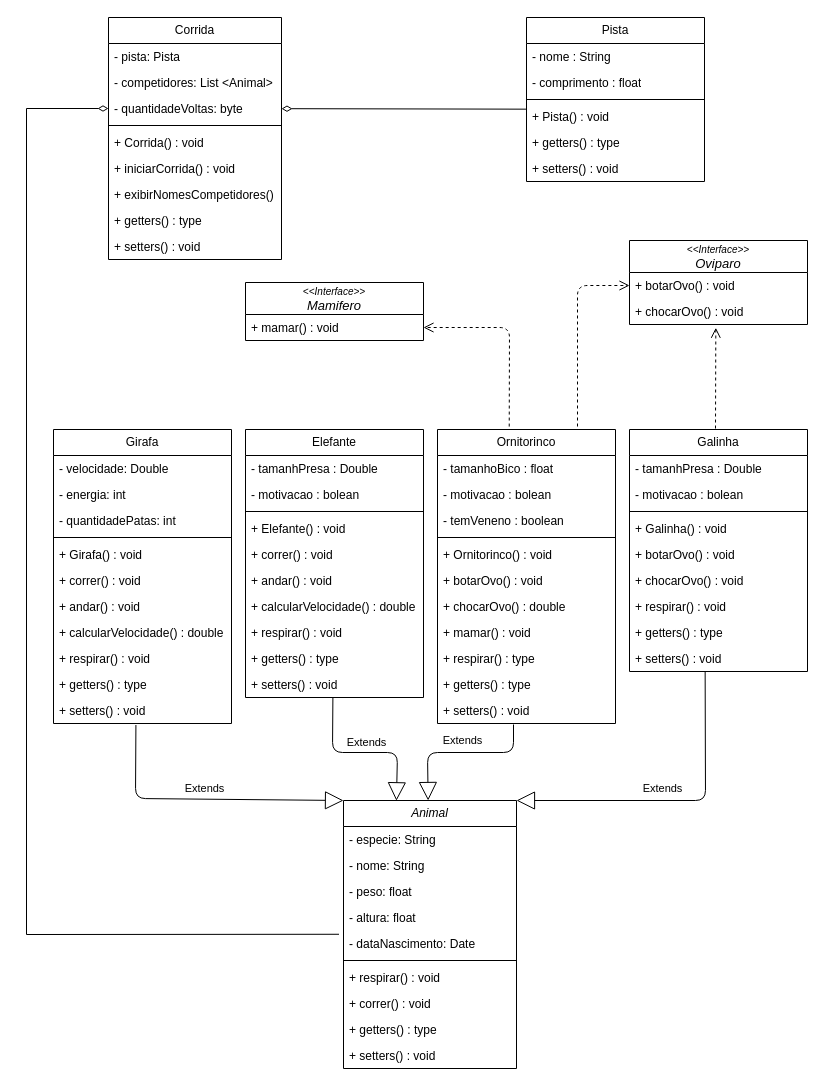
Above: Modulo-05/Diagram01.drawio in regis-amaral/Devs2Blu (draw.io), before the change. Source tidied: cells renumbered, new cells numbered last; positions are measured from the earlier drawing's top-left corner, leaving out a move shared by most shapes. Both pictures are drawn from the tidied source at 100%, with x=0, y=0 at pixel (26, 17).
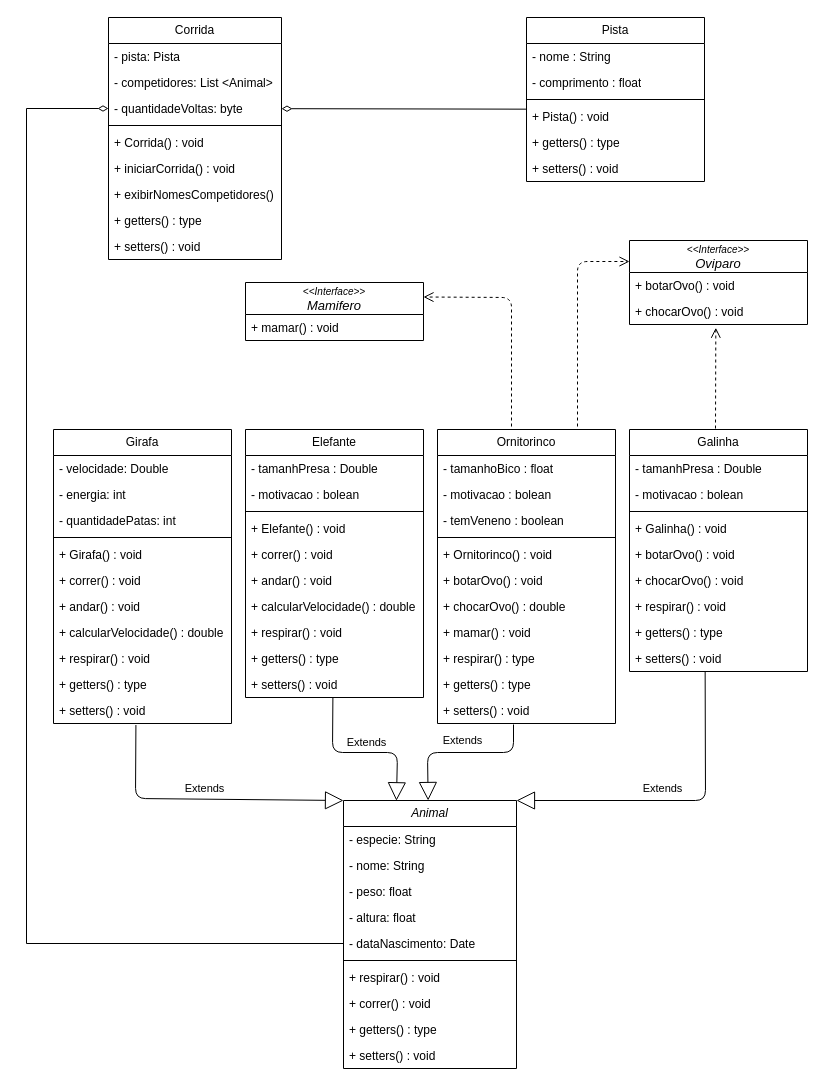
The same page after the edit.

Unchanged cells that the change refers to:
```xml
<mxCell id="5" value="- quantidadeVoltas: byte" style="text;strokeColor=none;fillColor=none;align=left;verticalAlign=top;spacingLeft=4;spacingRight=4;overflow=hidden;points=[[0,0.5],[1,0.5]];portConstraint=eastwest;whiteSpace=wrap;html=1;" parent="2" vertex="1">
  <mxGeometry y="78" width="173" height="26" as="geometry" />
</mxCell>
<mxCell id="17" value="- dataNascimento: Date" style="text;strokeColor=none;fillColor=none;align=left;verticalAlign=top;spacingLeft=4;spacingRight=4;overflow=hidden;points=[[0,0.5],[1,0.5]];portConstraint=eastwest;whiteSpace=wrap;html=1;" parent="12" vertex="1">
  <mxGeometry y="130" width="173" height="26" as="geometry" />
</mxCell>
<mxCell id="56" value="&lt;i&gt;&lt;font style=&quot;&quot;&gt;&lt;span style=&quot;font-size: 10px;&quot;&gt;&amp;lt;&amp;lt;Interface&amp;gt;&amp;gt;&lt;/span&gt;&lt;br&gt;&lt;font style=&quot;font-size: 13px;&quot;&gt;Oviparo&lt;/font&gt;&lt;br&gt;&lt;/font&gt;&lt;/i&gt;" style="swimlane;fontStyle=0;horizontal=1;startSize=32;fillColor=none;whiteSpace=wrap;html=1;" parent="1" vertex="1">
  <mxGeometry x="603" y="223" width="178" height="84" as="geometry" />
</mxCell>
<mxCell id="57" value="+ botarOvo()&amp;nbsp;: void" style="text;strokeColor=none;fillColor=none;align=left;verticalAlign=top;spacingLeft=4;spacingRight=4;overflow=hidden;points=[[0,0.5],[1,0.5]];portConstraint=eastwest;whiteSpace=wrap;html=1;" parent="56" vertex="1">
  <mxGeometry y="32" width="178" height="26" as="geometry" />
</mxCell>
<mxCell id="59" value="Ornitorinco" style="swimlane;fontStyle=0;horizontal=1;startSize=26;fillColor=none;whiteSpace=wrap;html=1;" parent="1" vertex="1">
  <mxGeometry x="411" y="412" width="178" height="294" as="geometry" />
</mxCell>
<mxCell id="78" value="&lt;i&gt;&lt;font style=&quot;&quot;&gt;&lt;span style=&quot;font-size: 10px;&quot;&gt;&amp;lt;&amp;lt;Interface&amp;gt;&amp;gt;&lt;/span&gt;&lt;br&gt;&lt;font style=&quot;font-size: 13px;&quot;&gt;Mamifero&lt;/font&gt;&lt;br&gt;&lt;/font&gt;&lt;/i&gt;" style="swimlane;fontStyle=0;horizontal=1;startSize=32;fillColor=none;whiteSpace=wrap;html=1;" parent="1" vertex="1">
  <mxGeometry x="219" y="265" width="178" height="58" as="geometry" />
</mxCell>
<mxCell id="79" value="+ mamar()&amp;nbsp;: void" style="text;strokeColor=none;fillColor=none;align=left;verticalAlign=top;spacingLeft=4;spacingRight=4;overflow=hidden;points=[[0,0.5],[1,0.5]];portConstraint=eastwest;whiteSpace=wrap;html=1;" parent="78" vertex="1">
  <mxGeometry y="32" width="178" height="26" as="geometry" />
</mxCell>
```

What changed in the source:
```diff
@@
-    <mxCell id="80" value="&lt;br&gt;" style="html=1;verticalAlign=bottom;labelBackgroundColor=none;endArrow=open;endFill=0;dashed=1;rounded=1;strokeColor=default;strokeWidth=1;fontFamily=Helvetica;fontSize=11;fontColor=default;startSize=8;endSize=8;shape=connector;jumpSize=6;entryX=0;entryY=0.5;entryDx=0;entryDy=0;flowAnimation=1;" parent="1" edge="1" target="57">
+    <mxCell id="80" value="&lt;br&gt;" style="html=1;verticalAlign=bottom;labelBackgroundColor=none;endArrow=open;endFill=0;dashed=1;rounded=1;strokeColor=default;strokeWidth=1;fontFamily=Helvetica;fontSize=11;fontColor=default;startSize=8;endSize=8;shape=connector;jumpSize=6;entryX=0;entryY=0.25;entryDx=0;entryDy=0;flowAnimation=1;" parent="1" edge="1" target="56">
       <mxGeometry relative="1" as="geometry">
         <mxPoint x="551" y="409" as="sourcePoint" />
         <Array as="points">
-          <mxPoint x="551" y="268" />
+          <mxPoint x="551" y="244" />
         </Array>
       </mxGeometry>
     </mxCell>
-    <mxCell id="81" value="&lt;br&gt;" style="html=1;verticalAlign=bottom;labelBackgroundColor=none;endArrow=open;endFill=0;dashed=1;rounded=1;strokeColor=default;strokeWidth=1;fontFamily=Helvetica;fontSize=11;fontColor=default;startSize=8;endSize=8;shape=connector;jumpSize=6;exitX=0.403;exitY=-0.01;exitDx=0;exitDy=0;exitPerimeter=0;flowAnimation=1;orthogonal=0;comic=0;noJump=0;snapToPoint=0;shadow=0;jumpStyle=none;" parent="1" edge="1" source="59" target="79">
+    <mxCell id="81" value="&lt;br&gt;" style="html=1;verticalAlign=bottom;labelBackgroundColor=none;endArrow=open;endFill=0;dashed=1;rounded=1;strokeColor=default;strokeWidth=1;fontFamily=Helvetica;fontSize=11;fontColor=default;startSize=8;endSize=8;shape=connector;jumpSize=6;flowAnimation=1;orthogonal=0;comic=0;noJump=0;snapToPoint=0;shadow=0;jumpStyle=none;entryX=1;entryY=0.25;entryDx=0;entryDy=0;" parent="1" edge="1" target="78">
       <mxGeometry x="-0.3" relative="1" as="geometry">
+        <mxPoint x="485" y="409" as="sourcePoint" />
         <Array as="points">
-          <mxPoint x="483" y="310" />
+          <mxPoint x="485" y="280" />
         </Array>
       </mxGeometry>
     </mxCell>
@@
-    <mxCell id="88" style="edgeStyle=none;shape=connector;rounded=0;jumpSize=6;jettySize=auto;html=1;entryX=-0.026;entryY=0.145;entryDx=0;entryDy=0;entryPerimeter=0;labelBackgroundColor=none;strokeColor=default;strokeWidth=1;fontFamily=Helvetica;fontSize=11;fontColor=default;startArrow=diamondThin;startFill=0;endArrow=none;endFill=0;startSize=8;endSize=8;" parent="1" edge="1" source="5" target="17">
+    <mxCell id="88" style="edgeStyle=none;shape=connector;rounded=0;jumpSize=6;jettySize=auto;html=1;entryX=0;entryY=0.5;entryDx=0;entryDy=0;labelBackgroundColor=none;strokeColor=default;strokeWidth=1;fontFamily=Helvetica;fontSize=11;fontColor=default;startArrow=diamondThin;startFill=0;endArrow=none;endFill=0;startSize=8;endSize=8;" parent="1" edge="1" source="5" target="17">
       <mxGeometry relative="1" as="geometry">
         <Array as="points">
           <mxPoint y="91" />
-          <mxPoint y="917" />
+          <mxPoint y="926" />
         </Array>
       </mxGeometry>
     </mxCell>
```
